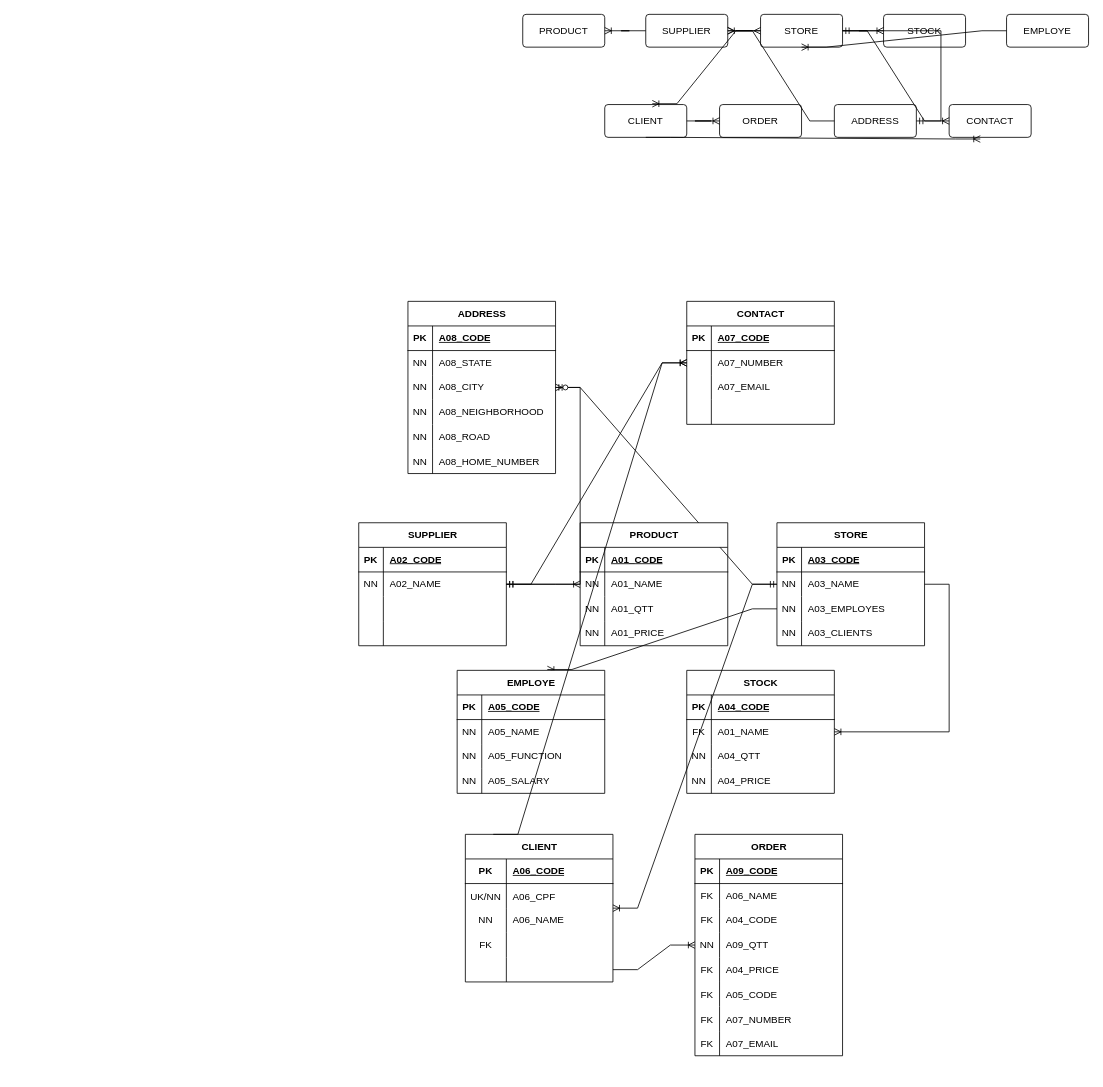
maurilio-sousa/exercicios_de_aula keeps this draw.io diagram as Diagram_from_store.drawio. Above is the earlier version. Source tidied: cells renumbered, new cells numbered last; positions are measured from the earlier drawing's top-left corner, leaving out a move shared by most shapes. Both pictures are drawn from the tidied source at 82%, with x=0, y=0 at pixel (358, 14).
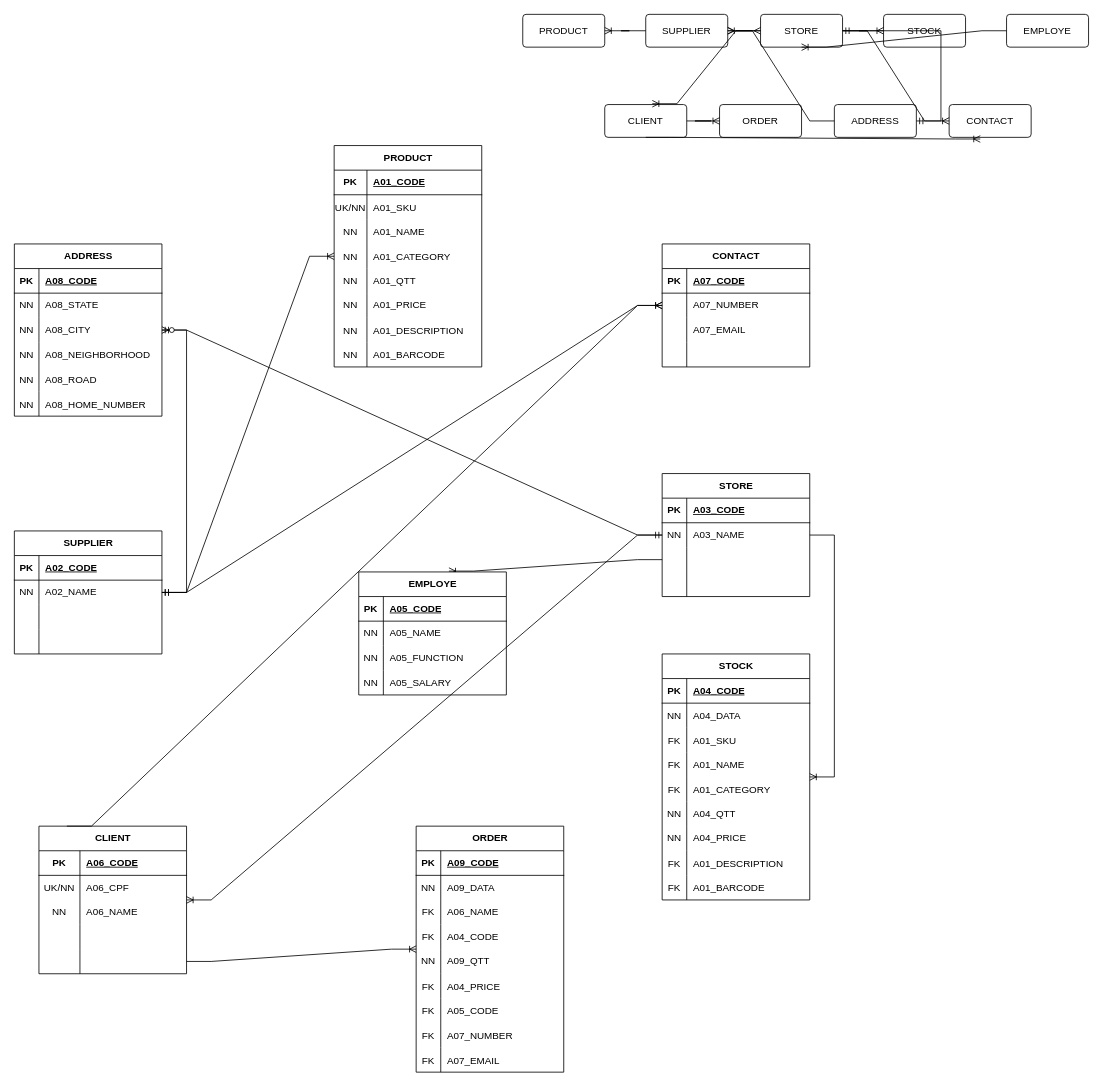
After the change.

The change refers to these unchanged cells:
```xml
<mxCell id="72" style="shape=tableRow;horizontal=0;startSize=0;swimlaneHead=0;swimlaneBody=0;fillColor=none;top=0;left=0;right=0;bottom=0;" parent="62" vertex="1">
  <mxGeometry y="120" width="180" height="30" as="geometry" />
</mxCell>
<mxCell id="99" style="shape=tableRow;horizontal=0;startSize=0;swimlaneHead=0;swimlaneBody=0;fillColor=none;points=[[0,0.5],[1,0.5]];portConstraint=eastwest;top=0;left=0;right=0;bottom=0;" parent="92" vertex="1">
  <mxGeometry y="90" width="180" height="30" as="geometry" />
</mxCell>
<mxCell id="102" style="shape=tableRow;horizontal=0;startSize=0;swimlaneHead=0;swimlaneBody=0;fillColor=none;top=0;left=0;right=0;bottom=0;" parent="92" vertex="1">
  <mxGeometry y="120" width="180" height="30" as="geometry" />
</mxCell>
<mxCell id="106" style="shape=tableRow;horizontal=0;startSize=0;swimlaneHead=0;swimlaneBody=0;fillColor=none;top=0;left=0;right=0;bottom=1;" parent="105" vertex="1">
  <mxGeometry y="30" width="180" height="30" as="geometry" />
</mxCell>
```

The edit, as a diff of the source:
```diff
@@
     <mxCell id="21" value="CONTACT" style="shape=table;startSize=30;childLayout=tableLayout;rowLines=0;fontStyle=1;align=center;html=1;" parent="1" vertex="1">
-      <mxGeometry x="400" y="350" width="180" height="150" as="geometry" />
+      <mxGeometry x="370" y="280" width="180" height="150" as="geometry" />
     </mxCell>
@@
     <mxCell id="37" value="ORDER" style="shape=table;startSize=30;childLayout=tableLayout;rowLines=0;fontStyle=1;align=center;html=1;" parent="1" vertex="1">
-      <mxGeometry x="410" y="1000" width="180" height="270" as="geometry" />
+      <mxGeometry x="70" y="990" width="180" height="300" as="geometry" />
     </mxCell>
@@
+    <mxCell id="168" style="shape=tableRow;horizontal=0;startSize=0;swimlaneHead=0;swimlaneBody=0;fillColor=none;top=0;left=0;right=0;bottom=0;" parent="37" vertex="1">
+      <mxGeometry y="60" width="180" height="30" as="geometry" />
+    </mxCell>
+    <mxCell id="169" value="NN" style="shape=partialRectangle;fillColor=none;top=0;left=0;bottom=0;right=0;overflow=hidden;" parent="168" vertex="1">
+      <mxGeometry width="30" height="30" as="geometry" />
+    </mxCell>
+    <mxCell id="170" value="A09_DATA" style="shape=partialRectangle;fillColor=none;top=0;left=0;bottom=0;right=0;align=left;spacingLeft=6;overflow=hidden;" parent="168" vertex="1">
+      <mxGeometry x="30" width="150" height="30" as="geometry" />
+    </mxCell>
     <mxCell id="41" style="shape=tableRow;horizontal=0;startSize=0;swimlaneHead=0;swimlaneBody=0;fillColor=none;top=0;left=0;right=0;bottom=0;" parent="37" vertex="1">
-      <mxGeometry y="60" width="180" height="30" as="geometry" />
+      <mxGeometry y="90" width="180" height="30" as="geometry" />
     </mxCell>
@@
     <mxCell id="44" style="shape=tableRow;horizontal=0;startSize=0;swimlaneHead=0;swimlaneBody=0;fillColor=none;top=0;left=0;right=0;bottom=0;" parent="37" vertex="1">
-      <mxGeometry y="90" width="180" height="30" as="geometry" />
+      <mxGeometry y="120" width="180" height="30" as="geometry" />
     </mxCell>
@@
     <mxCell id="47" style="shape=tableRow;horizontal=0;startSize=0;swimlaneHead=0;swimlaneBody=0;fillColor=none;top=0;left=0;right=0;bottom=0;" parent="37" vertex="1">
-      <mxGeometry y="120" width="180" height="30" as="geometry" />
+      <mxGeometry y="150" width="180" height="30" as="geometry" />
     </mxCell>
@@
     <mxCell id="50" style="shape=tableRow;horizontal=0;startSize=0;swimlaneHead=0;swimlaneBody=0;fillColor=none;top=0;left=0;right=0;bottom=0;" parent="37" vertex="1">
-      <mxGeometry y="150" width="180" height="30" as="geometry" />
+      <mxGeometry y="180" width="180" height="30" as="geometry" />
     </mxCell>
@@
     <mxCell id="53" style="shape=tableRow;horizontal=0;startSize=0;swimlaneHead=0;swimlaneBody=0;fillColor=none;top=0;left=0;right=0;bottom=0;" parent="37" vertex="1">
-      <mxGeometry y="180" width="180" height="30" as="geometry" />
+      <mxGeometry y="210" width="180" height="30" as="geometry" />
     </mxCell>
@@
     <mxCell id="56" style="shape=tableRow;horizontal=0;startSize=0;swimlaneHead=0;swimlaneBody=0;fillColor=none;top=0;left=0;right=0;bottom=0;" parent="37" vertex="1">
-      <mxGeometry y="210" width="180" height="30" as="geometry" />
+      <mxGeometry y="240" width="180" height="30" as="geometry" />
     </mxCell>
@@
     <mxCell id="59" style="shape=tableRow;horizontal=0;startSize=0;swimlaneHead=0;swimlaneBody=0;fillColor=none;top=0;left=0;right=0;bottom=0;" parent="37" vertex="1">
-      <mxGeometry y="240" width="180" height="30" as="geometry" />
+      <mxGeometry y="270" width="180" height="30" as="geometry" />
     </mxCell>
@@
     <mxCell id="62" value="CLIENT" style="shape=table;startSize=30;childLayout=tableLayout;rowLines=0;fontStyle=1;align=center;html=1;" parent="1" vertex="1">
-      <mxGeometry x="130" y="1000" width="180" height="180" as="geometry" />
+      <mxGeometry x="-390" y="990" width="180" height="180" as="geometry" />
     </mxCell>
@@
-    <mxCell id="73" value="FK" style="shape=partialRectangle;fillColor=none;top=0;left=0;bottom=0;right=0;overflow=hidden;whiteSpace=wrap;html=1;" parent="72" vertex="1">
+    <mxCell id="73" style="shape=partialRectangle;fillColor=none;top=0;left=0;bottom=0;right=0;overflow=hidden;whiteSpace=wrap;html=1;" parent="72" vertex="1">
       <mxGeometry width="50" height="30" as="geometry" />
     </mxCell>
@@
     <mxCell id="79" value="STOCK" style="shape=table;startSize=30;childLayout=tableLayout;rowLines=0;fontStyle=1;align=center;html=1;" parent="1" vertex="1">
-      <mxGeometry x="400" y="800" width="180" height="150" as="geometry" />
+      <mxGeometry x="370" y="780" width="180" height="300" as="geometry" />
     </mxCell>
@@
+    <mxCell id="171" style="shape=tableRow;horizontal=0;startSize=0;swimlaneHead=0;swimlaneBody=0;fillColor=none;top=0;left=0;right=0;bottom=0;" parent="79" vertex="1">
+      <mxGeometry y="60" width="180" height="30" as="geometry" />
+    </mxCell>
+    <mxCell id="172" value="NN" style="shape=partialRectangle;fillColor=none;top=0;left=0;bottom=0;right=0;overflow=hidden;" parent="171" vertex="1">
+      <mxGeometry width="30" height="30" as="geometry" />
+    </mxCell>
+    <mxCell id="173" value="A04_DATA" style="shape=partialRectangle;fillColor=none;top=0;left=0;bottom=0;right=0;align=left;spacingLeft=6;overflow=hidden;" parent="171" vertex="1">
+      <mxGeometry x="30" width="150" height="30" as="geometry" />
+    </mxCell>
+    <mxCell id="174" style="shape=tableRow;horizontal=0;startSize=0;swimlaneHead=0;swimlaneBody=0;fillColor=none;top=0;left=0;right=0;bottom=0;" parent="79" vertex="1">
+      <mxGeometry y="90" width="180" height="30" as="geometry" />
+    </mxCell>
+    <mxCell id="175" value="FK" style="shape=partialRectangle;fillColor=none;top=0;left=0;bottom=0;right=0;overflow=hidden;" parent="174" vertex="1">
+      <mxGeometry width="30" height="30" as="geometry" />
+    </mxCell>
+    <mxCell id="176" value="A01_SKU" style="shape=partialRectangle;fillColor=none;top=0;left=0;bottom=0;right=0;align=left;spacingLeft=6;overflow=hidden;" parent="174" vertex="1">
+      <mxGeometry x="30" width="150" height="30" as="geometry" />
+    </mxCell>
     <mxCell id="83" style="shape=tableRow;horizontal=0;startSize=0;swimlaneHead=0;swimlaneBody=0;fillColor=none;top=0;left=0;right=0;bottom=0;" parent="79" vertex="1">
-      <mxGeometry y="60" width="180" height="30" as="geometry" />
+      <mxGeometry y="120" width="180" height="30" as="geometry" />
     </mxCell>
@@
+    <mxCell id="177" style="shape=tableRow;horizontal=0;startSize=0;swimlaneHead=0;swimlaneBody=0;fillColor=none;top=0;left=0;right=0;bottom=0;" parent="79" vertex="1">
+      <mxGeometry y="150" width="180" height="30" as="geometry" />
+    </mxCell>
+    <mxCell id="178" value="FK" style="shape=partialRectangle;fillColor=none;top=0;left=0;bottom=0;right=0;overflow=hidden;" parent="177" vertex="1">
+      <mxGeometry width="30" height="30" as="geometry" />
+    </mxCell>
+    <mxCell id="179" value="A01_CATEGORY" style="shape=partialRectangle;fillColor=none;top=0;left=0;bottom=0;right=0;align=left;spacingLeft=6;overflow=hidden;" parent="177" vertex="1">
+      <mxGeometry x="30" width="150" height="30" as="geometry" />
+    </mxCell>
     <mxCell id="86" style="shape=tableRow;horizontal=0;startSize=0;swimlaneHead=0;swimlaneBody=0;fillColor=none;top=0;left=0;right=0;bottom=0;" parent="79" vertex="1">
-      <mxGeometry y="90" width="180" height="30" as="geometry" />
+      <mxGeometry y="180" width="180" height="30" as="geometry" />
     </mxCell>
@@
     <mxCell id="89" style="shape=tableRow;horizontal=0;startSize=0;swimlaneHead=0;swimlaneBody=0;fillColor=none;top=0;left=0;right=0;bottom=0;" parent="79" vertex="1">
-      <mxGeometry y="120" width="180" height="30" as="geometry" />
+      <mxGeometry y="210" width="180" height="30" as="geometry" />
     </mxCell>
@@
+    <mxCell id="180" style="shape=tableRow;horizontal=0;startSize=0;swimlaneHead=0;swimlaneBody=0;fillColor=none;top=0;left=0;right=0;bottom=0;" parent="79" vertex="1">
+      <mxGeometry y="240" width="180" height="30" as="geometry" />
+    </mxCell>
+    <mxCell id="181" value="FK" style="shape=partialRectangle;fillColor=none;top=0;left=0;bottom=0;right=0;overflow=hidden;" parent="180" vertex="1">
+      <mxGeometry width="30" height="30" as="geometry" />
+    </mxCell>
+    <mxCell id="182" value="A01_DESCRIPTION" style="shape=partialRectangle;fillColor=none;top=0;left=0;bottom=0;right=0;align=left;spacingLeft=6;overflow=hidden;" parent="180" vertex="1">
+      <mxGeometry x="30" width="150" height="30" as="geometry" />
+    </mxCell>
+    <mxCell id="183" style="shape=tableRow;horizontal=0;startSize=0;swimlaneHead=0;swimlaneBody=0;fillColor=none;top=0;left=0;right=0;bottom=0;" parent="79" vertex="1">
+      <mxGeometry y="270" width="180" height="30" as="geometry" />
+    </mxCell>
+    <mxCell id="184" value="FK" style="shape=partialRectangle;fillColor=none;top=0;left=0;bottom=0;right=0;overflow=hidden;" parent="183" vertex="1">
+      <mxGeometry width="30" height="30" as="geometry" />
+    </mxCell>
+    <mxCell id="185" value="A01_BARCODE" style="shape=partialRectangle;fillColor=none;top=0;left=0;bottom=0;right=0;align=left;spacingLeft=6;overflow=hidden;" parent="183" vertex="1">
+      <mxGeometry x="30" width="150" height="30" as="geometry" />
+    </mxCell>
     <mxCell id="92" value="STORE" style="shape=table;startSize=30;childLayout=tableLayout;rowLines=0;fontStyle=1;align=center;html=1;" parent="1" vertex="1">
-      <mxGeometry x="510" y="620" width="180" height="150" as="geometry" />
+      <mxGeometry x="370" y="560" width="180" height="150" as="geometry" />
     </mxCell>
@@
-    <mxCell id="100" value="NN" style="shape=partialRectangle;fillColor=none;top=0;left=0;bottom=0;right=0;overflow=hidden;whiteSpace=wrap;html=1;" parent="99" vertex="1">
+    <mxCell id="100" style="shape=partialRectangle;fillColor=none;top=0;left=0;bottom=0;right=0;overflow=hidden;whiteSpace=wrap;html=1;" parent="99" vertex="1">
       <mxGeometry width="30" height="30" as="geometry" />
     </mxCell>
-    <mxCell id="101" value="A03_EMPLOYES" style="shape=partialRectangle;fillColor=none;top=0;left=0;bottom=0;right=0;align=left;spacingLeft=6;overflow=hidden;whiteSpace=wrap;html=1;" parent="99" vertex="1">
+    <mxCell id="101" style="shape=partialRectangle;fillColor=none;top=0;left=0;bottom=0;right=0;align=left;spacingLeft=6;overflow=hidden;whiteSpace=wrap;html=1;" parent="99" vertex="1">
       <mxGeometry x="30" width="150" height="30" as="geometry" />
     </mxCell>
@@
-    <mxCell id="103" value="NN" style="shape=partialRectangle;fillColor=none;top=0;left=0;bottom=0;right=0;overflow=hidden;whiteSpace=wrap;html=1;" parent="102" vertex="1">
+    <mxCell id="103" style="shape=partialRectangle;fillColor=none;top=0;left=0;bottom=0;right=0;overflow=hidden;whiteSpace=wrap;html=1;" parent="102" vertex="1">
       <mxGeometry width="30" height="30" as="geometry" />
     </mxCell>
-    <mxCell id="104" value="A03_CLIENTS" style="shape=partialRectangle;fillColor=none;top=0;left=0;bottom=0;right=0;align=left;spacingLeft=6;overflow=hidden;whiteSpace=wrap;html=1;" parent="102" vertex="1">
+    <mxCell id="104" style="shape=partialRectangle;fillColor=none;top=0;left=0;bottom=0;right=0;align=left;spacingLeft=6;overflow=hidden;whiteSpace=wrap;html=1;" parent="102" vertex="1">
       <mxGeometry x="30" width="150" height="30" as="geometry" />
     </mxCell>
     <mxCell id="105" value="PRODUCT" style="shape=table;startSize=30;childLayout=tableLayout;rowLines=0;fontStyle=1;align=center;html=1;" parent="1" vertex="1">
-      <mxGeometry x="270" y="620" width="180" height="150" as="geometry" />
+      <mxGeometry x="-30" y="160" width="180" height="270" as="geometry" />
     </mxCell>
@@
     <mxCell id="107" value="PK" style="shape=partialRectangle;fillColor=none;top=0;left=0;bottom=0;right=0;fontStyle=1;overflow=hidden;whiteSpace=wrap;html=1;" parent="106" vertex="1">
-      <mxGeometry width="30" height="30" as="geometry" />
+      <mxGeometry width="40" height="30" as="geometry" />
     </mxCell>
     <mxCell id="108" value="A01_CODE" style="shape=partialRectangle;fillColor=none;top=0;left=0;bottom=0;right=0;align=left;spacingLeft=6;fontStyle=5;overflow=hidden;whiteSpace=wrap;html=1;" parent="106" vertex="1">
-      <mxGeometry x="30" width="150" height="30" as="geometry" />
+      <mxGeometry x="40" width="140" height="30" as="geometry" />
     </mxCell>
+    <mxCell id="186" style="shape=tableRow;horizontal=0;startSize=0;swimlaneHead=0;swimlaneBody=0;fillColor=none;top=0;left=0;right=0;bottom=0;" parent="105" vertex="1">
+      <mxGeometry y="60" width="180" height="30" as="geometry" />
+    </mxCell>
+    <mxCell id="187" value="UK/NN" style="shape=partialRectangle;fillColor=none;top=0;left=0;bottom=0;right=0;overflow=hidden;" parent="186" vertex="1">
+      <mxGeometry width="40" height="30" as="geometry" />
+    </mxCell>
+    <mxCell id="188" value="A01_SKU" style="shape=partialRectangle;fillColor=none;top=0;left=0;bottom=0;right=0;align=left;spacingLeft=6;overflow=hidden;" parent="186" vertex="1">
+      <mxGeometry x="40" width="140" height="30" as="geometry" />
+    </mxCell>
     <mxCell id="109" style="shape=tableRow;horizontal=0;startSize=0;swimlaneHead=0;swimlaneBody=0;fillColor=none;top=0;left=0;right=0;bottom=0;" parent="105" vertex="1">
-      <mxGeometry y="60" width="180" height="30" as="geometry" />
+      <mxGeometry y="90" width="180" height="30" as="geometry" />
     </mxCell>
     <mxCell id="110" value="NN" style="shape=partialRectangle;fillColor=none;top=0;left=0;bottom=0;right=0;overflow=hidden;whiteSpace=wrap;html=1;" parent="109" vertex="1">
-      <mxGeometry width="30" height="30" as="geometry" />
+      <mxGeometry width="40" height="30" as="geometry" />
     </mxCell>
     <mxCell id="111" value="A01_NAME" style="shape=partialRectangle;fillColor=none;top=0;left=0;bottom=0;right=0;align=left;spacingLeft=6;overflow=hidden;whiteSpace=wrap;html=1;" parent="109" vertex="1">
-      <mxGeometry x="30" width="150" height="30" as="geometry" />
+      <mxGeometry x="40" width="140" height="30" as="geometry" />
     </mxCell>
+    <mxCell id="189" style="shape=tableRow;horizontal=0;startSize=0;swimlaneHead=0;swimlaneBody=0;fillColor=none;top=0;left=0;right=0;bottom=0;" parent="105" vertex="1">
+      <mxGeometry y="120" width="180" height="30" as="geometry" />
+    </mxCell>
+    <mxCell id="190" value="NN" style="shape=partialRectangle;fillColor=none;top=0;left=0;bottom=0;right=0;overflow=hidden;" parent="189" vertex="1">
+      <mxGeometry width="40" height="30" as="geometry" />
+    </mxCell>
+    <mxCell id="191" value="A01_CATEGORY" style="shape=partialRectangle;fillColor=none;top=0;left=0;bottom=0;right=0;align=left;spacingLeft=6;overflow=hidden;" parent="189" vertex="1">
+      <mxGeometry x="40" width="140" height="30" as="geometry" />
+    </mxCell>
     <mxCell id="112" style="shape=tableRow;horizontal=0;startSize=0;swimlaneHead=0;swimlaneBody=0;fillColor=none;top=0;left=0;right=0;bottom=0;" parent="105" vertex="1">
-      <mxGeometry y="90" width="180" height="30" as="geometry" />
+      <mxGeometry y="150" width="180" height="30" as="geometry" />
     </mxCell>
     <mxCell id="113" value="NN" style="shape=partialRectangle;fillColor=none;top=0;left=0;bottom=0;right=0;overflow=hidden;whiteSpace=wrap;html=1;" parent="112" vertex="1">
-      <mxGeometry width="30" height="30" as="geometry" />
+      <mxGeometry width="40" height="30" as="geometry" />
     </mxCell>
     <mxCell id="114" value="A01_QTT" style="shape=partialRectangle;fillColor=none;top=0;left=0;bottom=0;right=0;align=left;spacingLeft=6;overflow=hidden;whiteSpace=wrap;html=1;" parent="112" vertex="1">
-      <mxGeometry x="30" width="150" height="30" as="geometry" />
+      <mxGeometry x="40" width="140" height="30" as="geometry" />
     </mxCell>
     <mxCell id="115" style="shape=tableRow;horizontal=0;startSize=0;swimlaneHead=0;swimlaneBody=0;fillColor=none;top=0;left=0;right=0;bottom=0;" parent="105" vertex="1">
-      <mxGeometry y="120" width="180" height="30" as="geometry" />
+      <mxGeometry y="180" width="180" height="30" as="geometry" />
     </mxCell>
     <mxCell id="116" value="NN" style="shape=partialRectangle;fillColor=none;top=0;left=0;bottom=0;right=0;overflow=hidden;whiteSpace=wrap;html=1;" parent="115" vertex="1">
-      <mxGeometry width="30" height="30" as="geometry" />
+      <mxGeometry width="40" height="30" as="geometry" />
     </mxCell>
     <mxCell id="117" value="A01_PRICE" style="shape=partialRectangle;fillColor=none;top=0;left=0;bottom=0;right=0;align=left;spacingLeft=6;overflow=hidden;whiteSpace=wrap;html=1;" parent="115" vertex="1">
-      <mxGeometry x="30" width="150" height="30" as="geometry" />
+      <mxGeometry x="40" width="140" height="30" as="geometry" />
     </mxCell>
+    <mxCell id="192" style="shape=tableRow;horizontal=0;startSize=0;swimlaneHead=0;swimlaneBody=0;fillColor=none;top=0;left=0;right=0;bottom=0;" parent="105" vertex="1">
+      <mxGeometry y="210" width="180" height="30" as="geometry" />
+    </mxCell>
+    <mxCell id="193" value="NN" style="shape=partialRectangle;fillColor=none;top=0;left=0;bottom=0;right=0;overflow=hidden;" parent="192" vertex="1">
+      <mxGeometry width="40" height="30" as="geometry" />
+    </mxCell>
+    <mxCell id="194" value="A01_DESCRIPTION" style="shape=partialRectangle;fillColor=none;top=0;left=0;bottom=0;right=0;align=left;spacingLeft=6;overflow=hidden;" parent="192" vertex="1">
+      <mxGeometry x="40" width="140" height="30" as="geometry" />
+    </mxCell>
+    <mxCell id="195" style="shape=tableRow;horizontal=0;startSize=0;swimlaneHead=0;swimlaneBody=0;fillColor=none;top=0;left=0;right=0;bottom=0;" parent="105" vertex="1">
+      <mxGeometry y="240" width="180" height="30" as="geometry" />
+    </mxCell>
+    <mxCell id="196" value="NN" style="shape=partialRectangle;fillColor=none;top=0;left=0;bottom=0;right=0;overflow=hidden;" parent="195" vertex="1">
+      <mxGeometry width="40" height="30" as="geometry" />
+    </mxCell>
+    <mxCell id="197" value="A01_BARCODE" style="shape=partialRectangle;fillColor=none;top=0;left=0;bottom=0;right=0;align=left;spacingLeft=6;overflow=hidden;" parent="195" vertex="1">
+      <mxGeometry x="40" width="140" height="30" as="geometry" />
+    </mxCell>
     <mxCell id="118" value="SUPPLIER" style="shape=table;startSize=30;childLayout=tableLayout;rowLines=0;fontStyle=1;align=center;html=1;" parent="1" vertex="1">
-      <mxGeometry y="620" width="180" height="150" as="geometry" />
+      <mxGeometry x="-420" y="630" width="180" height="150" as="geometry" />
     </mxCell>
@@
     <mxCell id="131" value="ADDRESS" style="shape=table;startSize=30;childLayout=tableLayout;rowLines=0;fontStyle=1;align=center;html=1;" parent="1" vertex="1">
-      <mxGeometry x="60" y="350" width="180" height="210" as="geometry" />
+      <mxGeometry x="-420" y="280" width="180" height="210" as="geometry" />
     </mxCell>
@@
     <mxCell id="150" value="EMPLOYE" style="shape=table;startSize=30;childLayout=tableLayout;rowLines=0;fontStyle=1;align=center;html=1;" parent="1" vertex="1">
-      <mxGeometry x="120" y="800" width="180" height="150" as="geometry" />
+      <mxGeometry y="680" width="180" height="150" as="geometry" />
     </mxCell>
```
